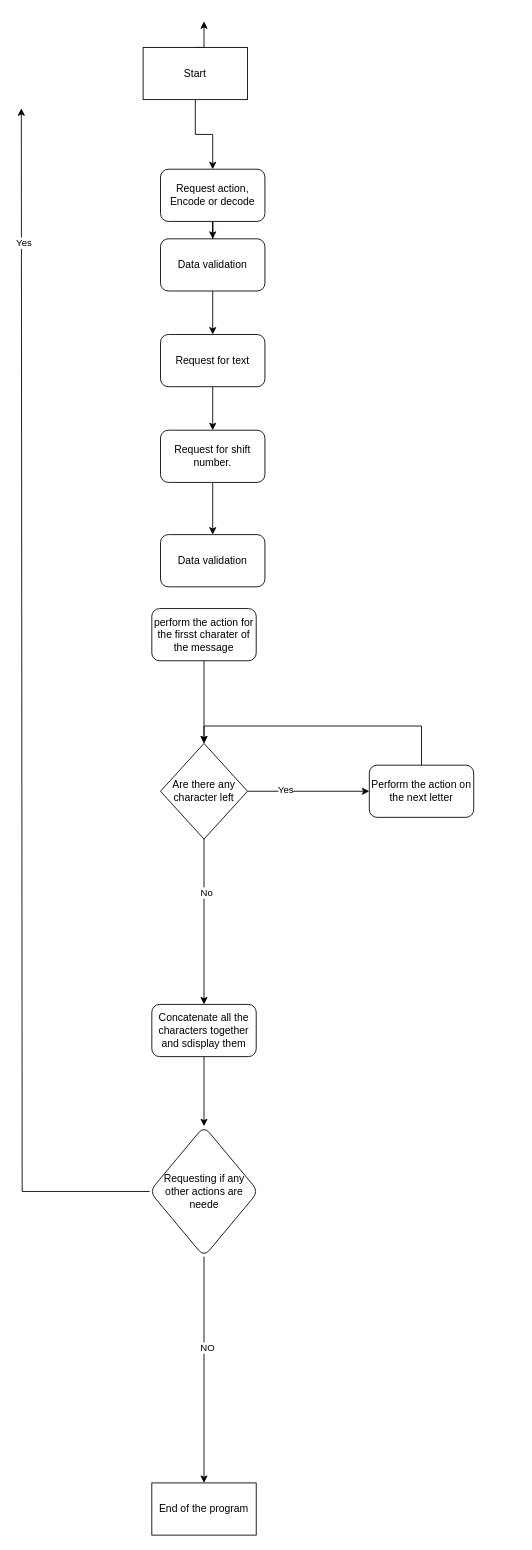
This is Ceaser cipher.drawio from Phil-Sipec/100-days-Python, a draw.io file, before an edit. Source tidied: cells renumbered, new cells numbered last; positions are measured from the earlier drawing's top-left corner, leaving out a move shared by most shapes. Both pictures are drawn from the tidied source at 87%, with x=0, y=0 at pixel (21, 21).
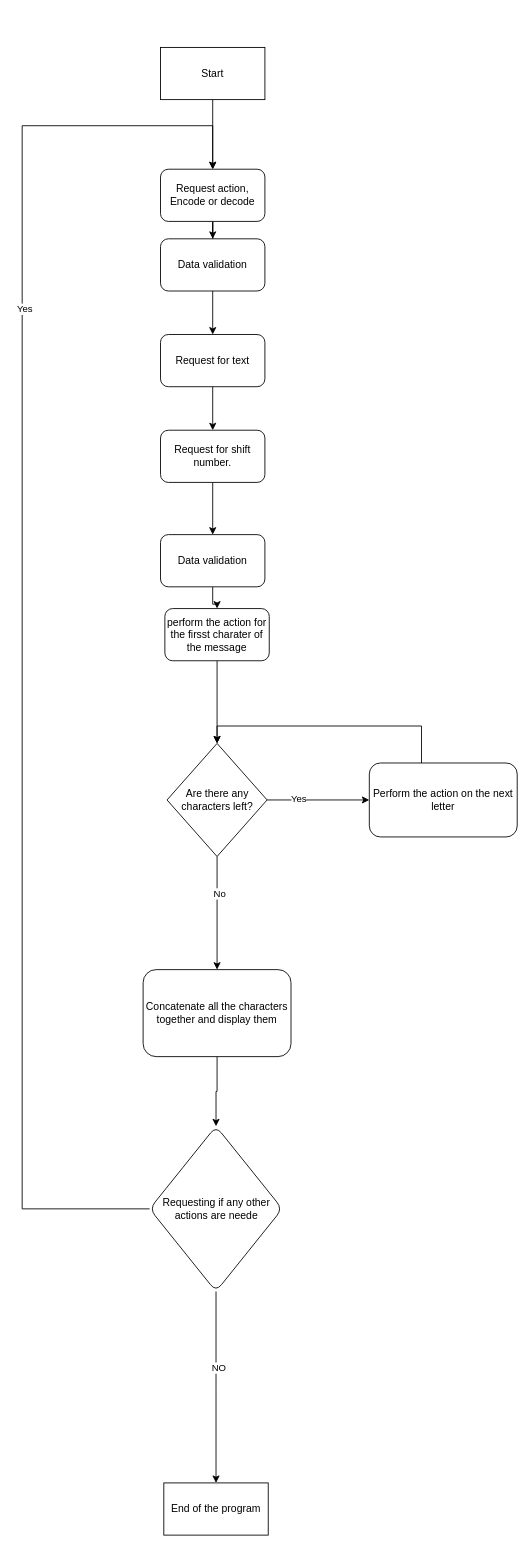
Above is the later version.

The change refers to these unchanged cells:
```xml
<mxCell id="25" value="Data validation" style="rounded=1;whiteSpace=wrap;html=1;" parent="1" vertex="1">
  <mxGeometry x="160" y="590" width="120" height="60" as="geometry" />
</mxCell>
```

Diff of the diagram source:
```diff
@@
-    <mxCell id="3" style="edgeStyle=orthogonalEdgeStyle;rounded=0;jettySize=auto;html=1;exitX=0.5;exitY=0;exitDx=0;exitDy=0;" parent="1" edge="1" source="4">
-      <mxGeometry relative="1" as="geometry">
-        <mxPoint x="210" as="targetPoint" />
-      </mxGeometry>
-    </mxCell>
     <mxCell id="4" value="Start" style="rounded=0;whiteSpace=wrap;html=1;" parent="1" vertex="1">
-      <mxGeometry x="140" y="30" width="120" height="60" as="geometry" />
+      <mxGeometry x="160" y="30" width="120" height="60" as="geometry" />
     </mxCell>
@@
     <mxCell id="12" value="perform the action for the firsst charater of the message" style="rounded=1;whiteSpace=wrap;html=1;" parent="1" vertex="1">
-      <mxGeometry x="150" y="675" width="120" height="60" as="geometry" />
+      <mxGeometry x="165" y="675" width="120" height="60" as="geometry" />
     </mxCell>
@@
-    <mxCell id="17" value="Are there any character left" style="rhombus;whiteSpace=wrap;html=1;" parent="1" vertex="1">
-      <mxGeometry x="160" y="830" width="100" height="110" as="geometry" />
+    <mxCell id="17" value="Are there any characters left?" style="rhombus;whiteSpace=wrap;html=1;" parent="1" vertex="1">
+      <mxGeometry x="167.5" y="830" width="115" height="130" as="geometry" />
     </mxCell>
     <mxCell id="18" style="edgeStyle=orthogonalEdgeStyle;rounded=0;jettySize=auto;html=1;entryX=0.5;entryY=0;entryDx=0;entryDy=0;" parent="1" edge="1" source="19" target="17">
       <mxGeometry relative="1" as="geometry">
         <Array as="points">
           <mxPoint x="460" y="810" />
-          <mxPoint x="210" y="810" />
+          <mxPoint x="225" y="810" />
         </Array>
       </mxGeometry>
     </mxCell>
     <mxCell id="19" value="Perform the action on the next letter" style="rounded=1;whiteSpace=wrap;html=1;" parent="1" vertex="1">
-      <mxGeometry x="400" y="855" width="120" height="60" as="geometry" />
+      <mxGeometry x="400" y="852.5" width="170" height="85" as="geometry" />
     </mxCell>
@@
-    <mxCell id="21" value="Concatenate all the characters together and sdisplay them" style="rounded=1;whiteSpace=wrap;html=1;" parent="1" vertex="1">
-      <mxGeometry x="150" y="1130" width="120" height="60" as="geometry" />
+    <mxCell id="21" value="Concatenate all the characters together and display them" style="rounded=1;whiteSpace=wrap;html=1;" parent="1" vertex="1">
+      <mxGeometry x="140" y="1090" width="170" height="100" as="geometry" />
     </mxCell>
     <mxCell id="22" value="End of the program" style="rounded=0;whiteSpace=wrap;html=1;" parent="1" vertex="1">
-      <mxGeometry x="150" y="1680" width="120" height="60" as="geometry" />
+      <mxGeometry x="163.8" y="1680" width="120" height="60" as="geometry" />
     </mxCell>
@@
+    <mxCell id="31" style="edgeStyle=orthogonalEdgeStyle;rounded=0;jettySize=auto;html=1;" parent="1" edge="1" source="25" target="12">
+      <mxGeometry relative="1" as="geometry" />
+    </mxCell>
@@
     <mxCell id="28" style="edgeStyle=orthogonalEdgeStyle;rounded=0;jettySize=auto;html=1;" parent="1" edge="1" source="30">
       <mxGeometry relative="1" as="geometry">
-        <mxPoint y="100" as="targetPoint" />
+        <mxPoint x="220" y="170" as="targetPoint" />
         <Array as="points">
-          <mxPoint x="1" y="1345" />
+          <mxPoint x="1" y="1365" />
+          <mxPoint x="1" y="120" />
+          <mxPoint x="220" y="120" />
         </Array>
       </mxGeometry>
     </mxCell>
     <mxCell id="29" value="Yes" style="edgeLabel;html=1;align=center;verticalAlign=middle;" parent="28" vertex="1">
       <mxGeometry x="0.78" y="-2" relative="1" as="geometry">
-        <mxPoint y="1" as="offset" />
+        <mxPoint x="-84" y="208" as="offset" />
       </mxGeometry>
     </mxCell>
     <mxCell id="30" value="Requesting if any other actions are neede" style="rhombus;whiteSpace=wrap;html=1;rounded=1;" parent="1" vertex="1">
-      <mxGeometry x="147.5" y="1270" width="125" height="150" as="geometry" />
+      <mxGeometry x="147.5" y="1270" width="152.5" height="190" as="geometry" />
     </mxCell>
```
